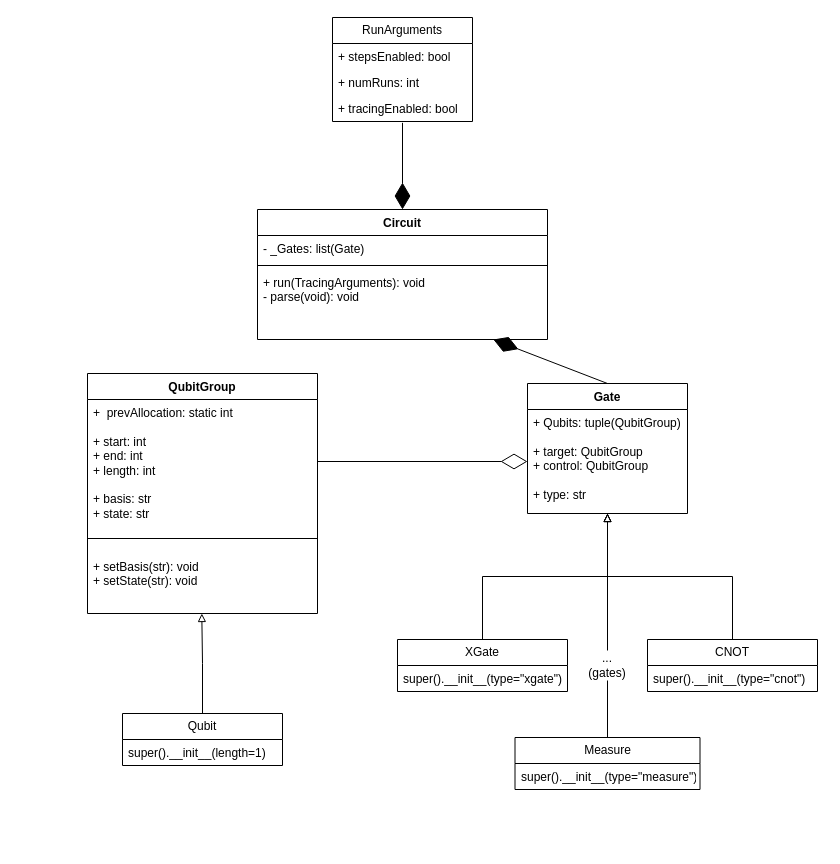
The draw.io diagram uml.drawio in LejoLevan/qleap, before the edit. Source tidied: cells renumbered, new cells numbered last; positions are measured from the earlier drawing's top-left corner, leaving out a move shared by most shapes. Both pictures are drawn from the tidied source at 100%, with x=0, y=0 at pixel (87, 17).
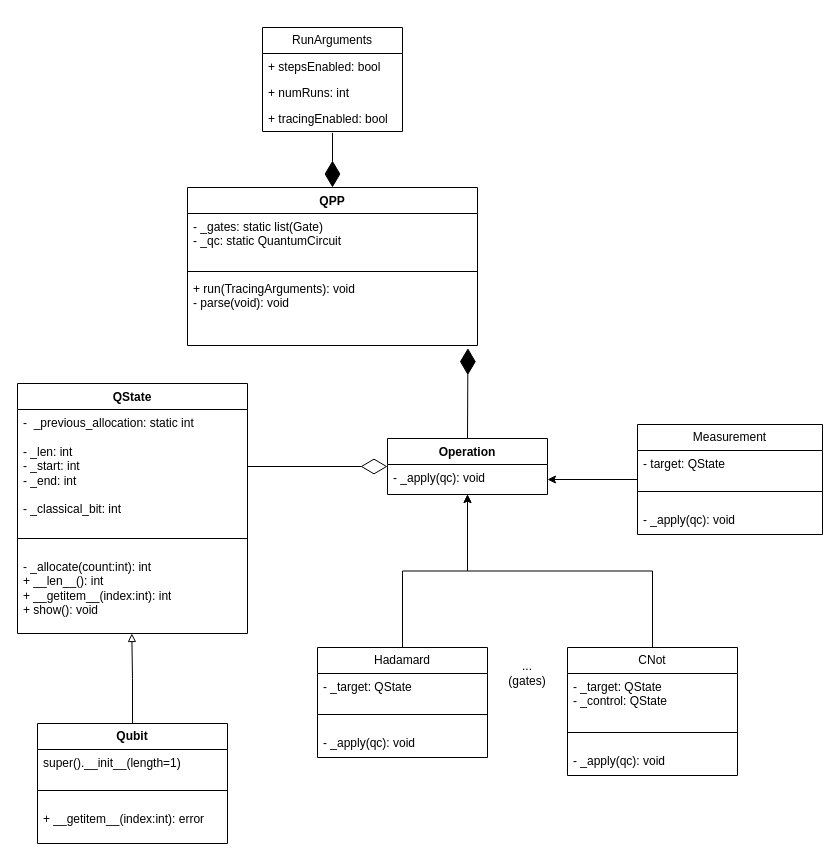
Above is the later version.

Commit message (it also covers changes not shown here):
modifed UML based on avery proposal along with my ideas of approach

The edit, as a diff of the source:
```diff
@@
-    <mxCell id="2" value="QubitGroup" style="swimlane;fontStyle=1;align=center;verticalAlign=top;horizontal=1;startSize=26;whiteSpace=wrap;html=1;" parent="1" vertex="1">
-      <mxGeometry y="356" width="230" height="240" as="geometry" />
+    <mxCell id="2" value="QState" style="swimlane;fontStyle=1;align=center;verticalAlign=top;horizontal=1;startSize=26;whiteSpace=wrap;html=1;" parent="1" vertex="1">
+      <mxGeometry x="-70" y="366" width="230" height="250" as="geometry" />
     </mxCell>
-    <mxCell id="3" value="+&amp;nbsp; prevAllocation: static int&lt;div&gt;&lt;br&gt;&lt;/div&gt;&lt;div&gt;+ start: int&lt;div&gt;+ end: int&lt;/div&gt;&lt;/div&gt;&lt;div&gt;+ length: int&lt;/div&gt;&lt;div&gt;&lt;br&gt;&lt;/div&gt;&lt;div&gt;+ basis: str&lt;/div&gt;&lt;div&gt;+ state: str&lt;/div&gt;" style="text;strokeColor=none;fillColor=none;align=left;verticalAlign=top;spacingLeft=4;spacingRight=4;overflow=hidden;points=[[0,0.5],[1,0.5]];portConstraint=eastwest;whiteSpace=wrap;html=1;" parent="2" vertex="1">
-      <mxGeometry y="26" width="230" height="124" as="geometry" />
+    <mxCell id="3" value="-&amp;nbsp; _previous_allocation: static int&lt;div&gt;&lt;br&gt;&lt;/div&gt;&lt;div&gt;- _len: int&lt;div&gt;- _start: int&lt;/div&gt;&lt;/div&gt;&lt;div&gt;- _end: int&lt;/div&gt;&lt;div&gt;&lt;br&gt;&lt;/div&gt;&lt;div&gt;- _classical_bit: int&lt;/div&gt;" style="text;strokeColor=none;fillColor=none;align=left;verticalAlign=top;spacingLeft=4;spacingRight=4;overflow=hidden;points=[[0,0.5],[1,0.5]];portConstraint=eastwest;whiteSpace=wrap;html=1;" parent="2" vertex="1">
+      <mxGeometry y="26" width="230" height="114" as="geometry" />
     </mxCell>
     <mxCell id="4" style="line;strokeWidth=1;fillColor=none;align=left;verticalAlign=middle;spacingTop=-1;spacingLeft=3;spacingRight=3;labelPosition=right;strokeColor=inherit;" parent="2" vertex="1">
-      <mxGeometry y="150" width="230" height="30" as="geometry" />
+      <mxGeometry y="140" width="230" height="30" as="geometry" />
     </mxCell>
-    <mxCell id="5" value="+ setBasis(str): void&lt;div&gt;+ setState(str): void&lt;/div&gt;" style="text;strokeColor=none;fillColor=none;align=left;verticalAlign=top;spacingLeft=4;spacingRight=4;overflow=hidden;points=[[0,0.5],[1,0.5]];portConstraint=eastwest;whiteSpace=wrap;html=1;" parent="2" vertex="1">
-      <mxGeometry y="180" width="230" height="60" as="geometry" />
+    <mxCell id="5" value="- _allocate(count:int): int&lt;br&gt;&lt;div&gt;+ __len__(): int&lt;/div&gt;&lt;div&gt;+ __getitem__(index:int): int&lt;/div&gt;&lt;div&gt;+ show(): void&lt;/div&gt;" style="text;strokeColor=none;fillColor=none;align=left;verticalAlign=top;spacingLeft=4;spacingRight=4;overflow=hidden;points=[[0,0.5],[1,0.5]];portConstraint=eastwest;whiteSpace=wrap;html=1;" parent="2" vertex="1">
+      <mxGeometry y="170" width="230" height="80" as="geometry" />
     </mxCell>
-    <mxCell id="6" style="edgeStyle=orthogonalEdgeStyle;rounded=0;jettySize=auto;html=1;entryX=0.5;entryY=0;entryDx=0;entryDy=0;startArrow=block;startFill=0;endArrow=none;endFill=0;" parent="1" edge="1" source="9" target="24">
-      <mxGeometry relative="1" as="geometry" />
-    </mxCell>
-    <mxCell id="7" style="edgeStyle=orthogonalEdgeStyle;rounded=0;jettySize=auto;html=1;entryX=0.5;entryY=0;entryDx=0;entryDy=0;endArrow=none;endFill=0;startArrow=block;startFill=0;" parent="1" edge="1" source="9" target="20">
-      <mxGeometry relative="1" as="geometry" />
-    </mxCell>
-    <mxCell id="8" style="edgeStyle=orthogonalEdgeStyle;rounded=0;jettySize=auto;html=1;entryX=0.5;entryY=0;entryDx=0;entryDy=0;startArrow=block;startFill=0;endArrow=none;endFill=0;" parent="1" edge="1" source="9" target="22">
-      <mxGeometry relative="1" as="geometry" />
-    </mxCell>
-    <mxCell id="9" value="Gate" style="swimlane;fontStyle=1;align=center;verticalAlign=top;horizontal=1;startSize=26;whiteSpace=wrap;html=1;" parent="1" vertex="1">
-      <mxGeometry x="440" y="366" width="160" height="130" as="geometry" />
+    <mxCell id="9" value="Operation" style="swimlane;fontStyle=1;align=center;verticalAlign=top;horizontal=1;startSize=26;whiteSpace=wrap;html=1;" parent="1" vertex="1">
+      <mxGeometry x="300" y="421" width="160" height="56" as="geometry" />
     </mxCell>
-    <mxCell id="10" value="+ Qubits: tuple(QubitGroup)&lt;div&gt;&lt;br&gt;&lt;/div&gt;&lt;div&gt;+ target:&amp;nbsp;&lt;span style=&quot;background-color: transparent; color: light-dark(rgb(0, 0, 0), rgb(255, 255, 255));&quot;&gt;QubitGroup&lt;/span&gt;&lt;/div&gt;&lt;div&gt;+ control:&amp;nbsp;&lt;span style=&quot;background-color: transparent; color: light-dark(rgb(0, 0, 0), rgb(255, 255, 255));&quot;&gt;QubitGroup&lt;/span&gt;&lt;/div&gt;&lt;div&gt;&lt;span style=&quot;background-color: transparent; color: light-dark(rgb(0, 0, 0), rgb(255, 255, 255));&quot;&gt;&lt;br&gt;&lt;/span&gt;&lt;/div&gt;&lt;div&gt;&lt;span style=&quot;background-color: transparent; color: light-dark(rgb(0, 0, 0), rgb(255, 255, 255));&quot;&gt;+ type: str&lt;/span&gt;&lt;/div&gt;&lt;div&gt;&lt;br&gt;&lt;/div&gt;" style="text;strokeColor=none;fillColor=none;align=left;verticalAlign=top;spacingLeft=4;spacingRight=4;overflow=hidden;points=[[0,0.5],[1,0.5]];portConstraint=eastwest;whiteSpace=wrap;html=1;" parent="9" vertex="1">
-      <mxGeometry y="26" width="160" height="104" as="geometry" />
-    </mxCell>
+    <mxCell id="33" value="- _apply(qc): void" style="text;strokeColor=none;fillColor=none;align=left;verticalAlign=top;spacingLeft=4;spacingRight=4;overflow=hidden;points=[[0,0.5],[1,0.5]];portConstraint=eastwest;whiteSpace=wrap;html=1;" parent="9" vertex="1">
+      <mxGeometry y="26" width="160" height="30" as="geometry" />
+    </mxCell>
@@
-    <mxCell id="12" value="Qubit" style="swimlane;fontStyle=0;horizontal=1;startSize=26;fillColor=none;whiteSpace=wrap;html=1;" parent="1" vertex="1">
-      <mxGeometry x="35" y="696" width="160" height="52" as="geometry" />
+    <mxCell id="12" value="&lt;b&gt;Qubit&lt;/b&gt;" style="swimlane;fontStyle=0;horizontal=1;startSize=26;fillColor=none;whiteSpace=wrap;html=1;" parent="1" vertex="1">
+      <mxGeometry x="-50" y="706" width="190" height="120" as="geometry" />
     </mxCell>
     <mxCell id="13" value="super().__init__(length=1)" style="text;strokeColor=none;fillColor=none;align=left;verticalAlign=top;spacingLeft=4;spacingRight=4;overflow=hidden;whiteSpace=wrap;html=1;" parent="12" vertex="1">
-      <mxGeometry y="26" width="160" height="26" as="geometry" />
+      <mxGeometry y="26" width="190" height="26" as="geometry" />
     </mxCell>
+    <mxCell id="34" style="line;strokeWidth=1;fillColor=none;align=left;verticalAlign=middle;spacingTop=-1;spacingLeft=3;spacingRight=3;labelPosition=right;strokeColor=inherit;" parent="12" vertex="1">
+      <mxGeometry y="52" width="190" height="30" as="geometry" />
+    </mxCell>
+    <mxCell id="35" value="&lt;div&gt;+ __getitem__(index:int): error&lt;/div&gt;&lt;div&gt;&lt;br&gt;&lt;/div&gt;" style="text;strokeColor=none;fillColor=none;align=left;verticalAlign=top;spacingLeft=4;spacingRight=4;overflow=hidden;whiteSpace=wrap;html=1;" parent="12" vertex="1">
+      <mxGeometry y="82" width="190" height="38" as="geometry" />
+    </mxCell>
-    <mxCell id="14" style="endArrow=diamondThin;endFill=0;endSize=24;html=1;rounded=0;exitX=1;exitY=0.5;exitDx=0;exitDy=0;entryX=0;entryY=0.5;entryDx=0;entryDy=0;" parent="1" edge="1" source="3" target="10">
+    <mxCell id="14" style="endArrow=diamondThin;endFill=0;endSize=24;html=1;rounded=0;exitX=1;exitY=0.5;exitDx=0;exitDy=0;entryX=0;entryY=0.5;entryDx=0;entryDy=0;" parent="1" edge="1" source="3" target="9">
       <mxGeometry relative="1" as="geometry" />
     </mxCell>
-    <mxCell id="15" value="Circuit" style="swimlane;fontStyle=1;align=center;verticalAlign=top;horizontal=1;startSize=26;whiteSpace=wrap;html=1;" parent="1" vertex="1">
-      <mxGeometry x="170" y="192" width="290" height="130" as="geometry" />
+    <mxCell id="15" value="QPP" style="swimlane;fontStyle=1;align=center;verticalAlign=top;horizontal=1;startSize=26;whiteSpace=wrap;html=1;" parent="1" vertex="1">
+      <mxGeometry x="100" y="170" width="290" height="158" as="geometry" />
     </mxCell>
-    <mxCell id="16" value="- _Gates: list(Gate)" style="text;strokeColor=none;fillColor=none;align=left;verticalAlign=top;spacingLeft=4;spacingRight=4;overflow=hidden;whiteSpace=wrap;html=1;" parent="15" vertex="1">
-      <mxGeometry y="26" width="290" height="26" as="geometry" />
+    <mxCell id="16" value="- _gates: static list(Gate)&lt;div&gt;- _qc: static QuantumCircuit&lt;/div&gt;" style="text;strokeColor=none;fillColor=none;align=left;verticalAlign=top;spacingLeft=4;spacingRight=4;overflow=hidden;whiteSpace=wrap;html=1;" parent="15" vertex="1">
+      <mxGeometry y="26" width="290" height="54" as="geometry" />
     </mxCell>
     <mxCell id="17" style="line;strokeWidth=1;fillColor=none;align=left;verticalAlign=middle;spacingTop=-1;spacingLeft=3;spacingRight=3;labelPosition=right;strokeColor=inherit;" parent="15" vertex="1">
-      <mxGeometry y="52" width="290" height="8" as="geometry" />
+      <mxGeometry y="80" width="290" height="8" as="geometry" />
     </mxCell>
     <mxCell id="18" value="+ run(TracingArguments): void&lt;div&gt;- parse(void): void&lt;/div&gt;" style="text;strokeColor=none;fillColor=none;align=left;verticalAlign=top;spacingLeft=4;spacingRight=4;overflow=hidden;points=[[0,0.5],[1,0.5]];portConstraint=eastwest;whiteSpace=wrap;html=1;" parent="15" vertex="1">
-      <mxGeometry y="60" width="290" height="70" as="geometry" />
+      <mxGeometry y="88" width="290" height="70" as="geometry" />
     </mxCell>
-    <mxCell id="19" style="endArrow=diamondThin;endFill=1;endSize=24;html=1;rounded=0;exitX=0.5;exitY=0;exitDx=0;exitDy=0;" parent="1" edge="1" source="9" target="18">
+    <mxCell id="19" style="endArrow=diamondThin;endFill=1;endSize=24;html=1;rounded=0;exitX=0.5;exitY=0;exitDx=0;exitDy=0;entryX=0.967;entryY=1.038;entryDx=0;entryDy=0;entryPerimeter=0;" parent="1" edge="1" source="9" target="18">
       <mxGeometry relative="1" as="geometry" />
     </mxCell>
+    <mxCell id="36" style="edgeStyle=orthogonalEdgeStyle;rounded=0;jettySize=auto;html=1;" parent="1" edge="1" source="20" target="9">
+      <mxGeometry relative="1" as="geometry" />
+    </mxCell>
-    <mxCell id="20" value="XGate" style="swimlane;fontStyle=0;horizontal=1;startSize=26;fillColor=none;whiteSpace=wrap;html=1;" parent="1" vertex="1">
-      <mxGeometry x="310" y="622" width="170" height="52" as="geometry" />
+    <mxCell id="20" value="Hadamard" style="swimlane;fontStyle=0;horizontal=1;startSize=26;fillColor=none;whiteSpace=wrap;html=1;" parent="1" vertex="1">
+      <mxGeometry x="230" y="630" width="170" height="110" as="geometry" />
     </mxCell>
-    <mxCell id="21" value="super().__init__(type=&quot;xgate&quot;)" style="text;strokeColor=none;fillColor=none;align=left;verticalAlign=top;spacingLeft=4;spacingRight=4;overflow=hidden;whiteSpace=wrap;html=1;" parent="20" vertex="1">
+    <mxCell id="21" value="- _target: QState" style="text;strokeColor=none;fillColor=none;align=left;verticalAlign=top;spacingLeft=4;spacingRight=4;overflow=hidden;whiteSpace=wrap;html=1;" parent="20" vertex="1">
       <mxGeometry y="26" width="170" height="26" as="geometry" />
     </mxCell>
+    <mxCell id="37" style="line;strokeWidth=1;fillColor=none;align=left;verticalAlign=middle;spacingTop=-1;spacingLeft=3;spacingRight=3;labelPosition=right;strokeColor=inherit;" parent="20" vertex="1">
+      <mxGeometry y="52" width="170" height="30" as="geometry" />
+    </mxCell>
+    <mxCell id="38" value="- _apply(qc): void" style="text;strokeColor=none;fillColor=none;align=left;verticalAlign=top;spacingLeft=4;spacingRight=4;overflow=hidden;whiteSpace=wrap;html=1;" parent="20" vertex="1">
+      <mxGeometry y="82" width="170" height="28" as="geometry" />
+    </mxCell>
+    <mxCell id="39" style="edgeStyle=orthogonalEdgeStyle;rounded=0;jettySize=auto;html=1;exitX=0.5;exitY=0;exitDx=0;exitDy=0;" parent="1" edge="1" source="22" target="9">
+      <mxGeometry relative="1" as="geometry" />
+    </mxCell>
-    <mxCell id="22" value="CNOT" style="swimlane;fontStyle=0;horizontal=1;startSize=26;fillColor=none;whiteSpace=wrap;html=1;" parent="1" vertex="1">
-      <mxGeometry x="560" y="622" width="170" height="52" as="geometry" />
+    <mxCell id="22" value="CNot" style="swimlane;fontStyle=0;horizontal=1;startSize=26;fillColor=none;whiteSpace=wrap;html=1;" parent="1" vertex="1">
+      <mxGeometry x="480" y="630" width="170" height="128" as="geometry" />
     </mxCell>
-    <mxCell id="23" value="super().__init__(type=&quot;cnot&quot;)" style="text;strokeColor=none;fillColor=none;align=left;verticalAlign=top;spacingLeft=4;spacingRight=4;overflow=hidden;whiteSpace=wrap;html=1;" parent="22" vertex="1">
-      <mxGeometry y="26" width="170" height="26" as="geometry" />
-    </mxCell>
+    <mxCell id="40" value="- _target: QState&lt;div&gt;- _control: QState&lt;/div&gt;" style="text;strokeColor=none;fillColor=none;align=left;verticalAlign=top;spacingLeft=4;spacingRight=4;overflow=hidden;whiteSpace=wrap;html=1;" parent="22" vertex="1">
+      <mxGeometry y="26" width="170" height="44" as="geometry" />
+    </mxCell>
+    <mxCell id="41" style="line;strokeWidth=1;fillColor=none;align=left;verticalAlign=middle;spacingTop=-1;spacingLeft=3;spacingRight=3;labelPosition=right;strokeColor=inherit;" parent="22" vertex="1">
+      <mxGeometry y="70" width="170" height="30" as="geometry" />
+    </mxCell>
+    <mxCell id="42" value="- _apply(qc): void" style="text;strokeColor=none;fillColor=none;align=left;verticalAlign=top;spacingLeft=4;spacingRight=4;overflow=hidden;whiteSpace=wrap;html=1;" parent="22" vertex="1">
+      <mxGeometry y="100" width="170" height="28" as="geometry" />
+    </mxCell>
     <mxCell id="24" value="...&lt;div&gt;(gates)&lt;/div&gt;" style="text;html=1;whiteSpace=wrap;strokeColor=none;fillColor=none;align=center;verticalAlign=middle;rounded=0;" parent="1" vertex="1">
-      <mxGeometry x="490" y="633" width="60" height="30" as="geometry" />
+      <mxGeometry x="410" y="641" width="60" height="30" as="geometry" />
     </mxCell>
     <mxCell id="25" value="RunArguments" style="swimlane;fontStyle=0;horizontal=1;startSize=26;fillColor=none;whiteSpace=wrap;html=1;" parent="1" vertex="1">
-      <mxGeometry x="245" width="140" height="104" as="geometry" />
+      <mxGeometry x="175" y="10" width="140" height="104" as="geometry" />
     </mxCell>
@@
-    <mxCell id="30" style="edgeStyle=orthogonalEdgeStyle;rounded=0;jettySize=auto;html=1;entryX=0.5;entryY=1;entryDx=0;entryDy=0;startArrow=none;startFill=0;endArrow=none;endFill=0;" parent="1" edge="1" source="31" target="24">
-      <mxGeometry relative="1" as="geometry" />
-    </mxCell>
+    <mxCell id="43" style="edgeStyle=orthogonalEdgeStyle;rounded=0;jettySize=auto;html=1;entryX=1;entryY=0.5;entryDx=0;entryDy=0;" parent="1" edge="1" source="31" target="33">
+      <mxGeometry relative="1" as="geometry" />
+    </mxCell>
-    <mxCell id="31" value="Measure" style="swimlane;fontStyle=0;horizontal=1;startSize=26;fillColor=none;whiteSpace=wrap;html=1;" parent="1" vertex="1">
-      <mxGeometry x="427.5" y="720" width="185" height="52" as="geometry" />
+    <mxCell id="31" value="Measurement" style="swimlane;fontStyle=0;horizontal=1;startSize=26;fillColor=none;whiteSpace=wrap;html=1;" parent="1" vertex="1">
+      <mxGeometry x="550" y="407" width="185" height="110" as="geometry" />
     </mxCell>
-    <mxCell id="32" value="super().__init__(type=&quot;measure&quot;)" style="text;strokeColor=none;fillColor=none;align=left;verticalAlign=top;spacingLeft=4;spacingRight=4;overflow=hidden;whiteSpace=wrap;html=1;" parent="31" vertex="1">
+    <mxCell id="32" value="- target: QState" style="text;strokeColor=none;fillColor=none;align=left;verticalAlign=top;spacingLeft=4;spacingRight=4;overflow=hidden;whiteSpace=wrap;html=1;" parent="31" vertex="1">
       <mxGeometry y="26" width="185" height="26" as="geometry" />
     </mxCell>
+    <mxCell id="44" style="line;strokeWidth=1;fillColor=none;align=left;verticalAlign=middle;spacingTop=-1;spacingLeft=3;spacingRight=3;labelPosition=right;strokeColor=inherit;" parent="31" vertex="1">
+      <mxGeometry y="52" width="185" height="30" as="geometry" />
+    </mxCell>
+    <mxCell id="45" value="- _apply(qc): void" style="text;strokeColor=none;fillColor=none;align=left;verticalAlign=top;spacingLeft=4;spacingRight=4;overflow=hidden;whiteSpace=wrap;html=1;" parent="31" vertex="1">
+      <mxGeometry y="82" width="185" height="28" as="geometry" />
+    </mxCell>
```
